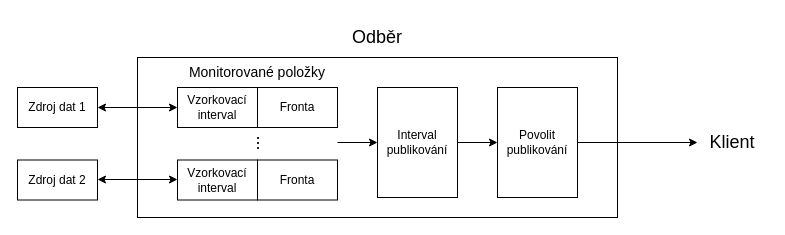
Before: OpcuaSubscription.drawio in bzumik1/UML, a draw.io diagram. Source tidied: cells renumbered, new cells numbered last; positions are measured from the earlier drawing's top-left corner, leaving out a move shared by most shapes. Both pictures are drawn from the tidied source at 100%, with x=0, y=0 at pixel (17, 17).
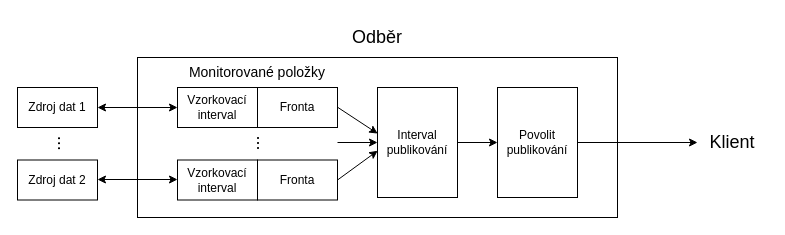
After the change.

Unchanged cells that the change refers to:
```xml
<mxCell id="6" value="Fronta" style="rounded=0;whiteSpace=wrap;html=1;" parent="1" vertex="1">
  <mxGeometry x="240" y="142.5" width="80" height="40" as="geometry" />
</mxCell>
<mxCell id="15" value="Interval publikování" style="rounded=0;whiteSpace=wrap;html=1;" parent="1" vertex="1">
  <mxGeometry x="360" y="70" width="80" height="110" as="geometry" />
</mxCell>
```

Diff of the diagram source:
```diff
@@
+    <mxCell id="21" value="&lt;font style=&quot;font-size: 18px&quot;&gt;...&lt;/font&gt;" style="text;html=1;strokeColor=none;fillColor=none;align=center;verticalAlign=middle;whiteSpace=wrap;rounded=0;rotation=-90;" parent="1" vertex="1">
+      <mxGeometry x="20" y="110" width="35" height="32.5" as="geometry" />
+    </mxCell>
+    <mxCell id="22" style="endArrow=classic;html=1;entryX=0.002;entryY=0.419;entryDx=0;entryDy=0;entryPerimeter=0;" parent="1" edge="1" target="15">
+      <mxGeometry relative="1" as="geometry">
+        <mxPoint x="320" y="89.7" as="sourcePoint" />
+      </mxGeometry>
+    </mxCell>
+    <mxCell id="23" style="endArrow=classic;html=1;entryX=0.002;entryY=0.575;entryDx=0;entryDy=0;entryPerimeter=0;exitX=1;exitY=0.5;exitDx=0;exitDy=0;" parent="1" edge="1" source="6" target="15">
+      <mxGeometry relative="1" as="geometry" />
+    </mxCell>
```
